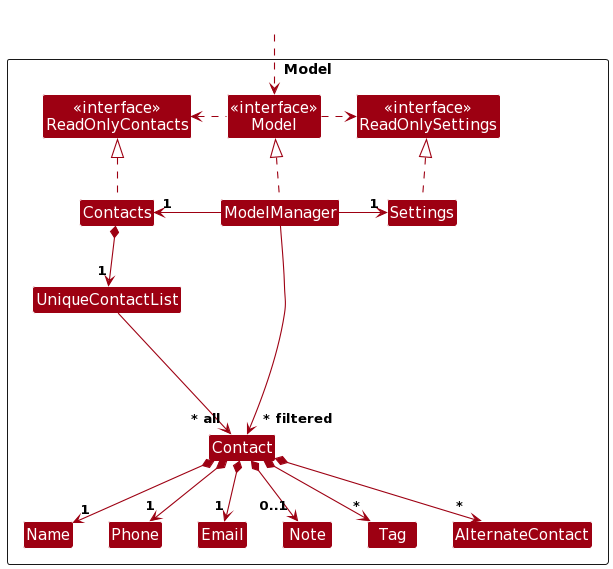
Earlier version of the PlantUML export docs/images/ModelClassDiagram.png (nus-cs2103-AY2324S1/tp).
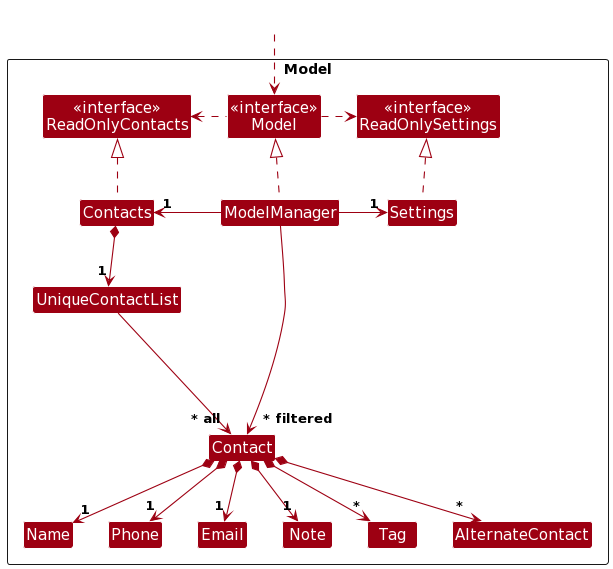
Later version of the same file.

Change to the diagram source:
```diff
@@ -113,7 +113,7 @@
 Contact *--> "1" Name
 Contact *--> "1" Phone
 Contact *--> "1" Email
-Contact *--> "0..1" Note
+Contact *--> "1" Note
 Contact *--> "*" Tag
 Contact *--> "*" AlternateContact
 
```
